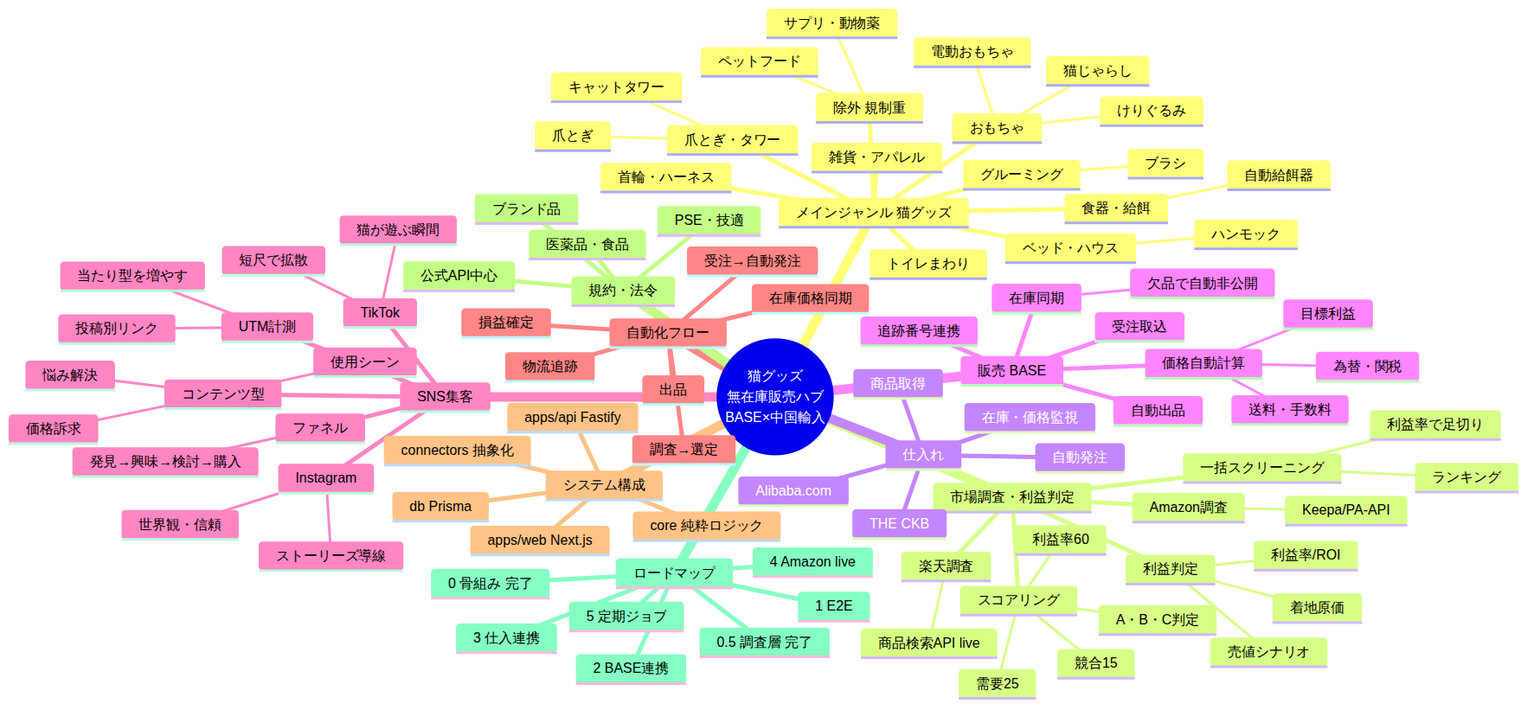
Above: docs/mindmap.png in AISCAMEL/- (Mermaid), before the change. Its source is kept beside it as docs/mindmap.mmd.
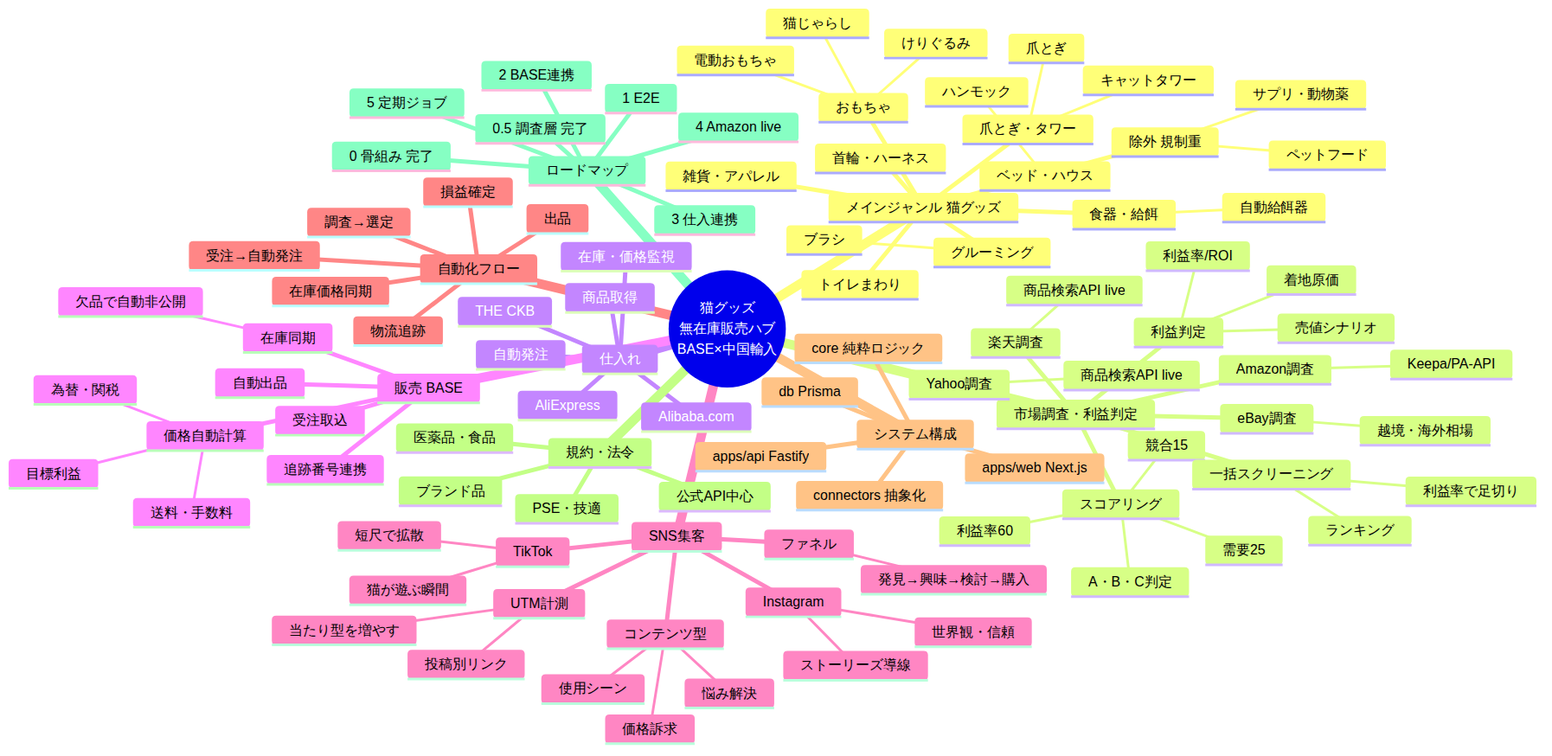
Above is the later version.

What changed in the source:
```diff
@@ -21,10 +21,14 @@
         ペットフード
         サプリ・動物薬
     市場調査・利益判定
+      楽天調査
+        商品検索API live
+      Yahoo調査
+        商品検索API live
       Amazon調査
         Keepa/PA-API
-      楽天調査
-        商品検索API live
+      eBay調査
+        越境・海外相場
       利益判定
         着地原価
         利益率/ROI
@@ -40,6 +44,7 @@
     仕入れ
       Alibaba.com
       THE CKB
+      AliExpress
       商品取得
       在庫・価格監視
       自動発注
```
